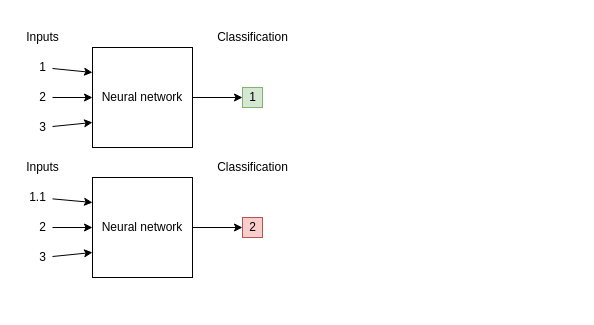
Before: Untitled Diagram.drawio in DaveHudiny/DaveHudiny, a draw.io diagram. Source tidied: cells renumbered, new cells numbered last; positions are measured from the earlier drawing's top-left corner, leaving out a move shared by most shapes. Both pictures are drawn from the tidied source at 100%, with x=0, y=0 at pixel (17, 27).
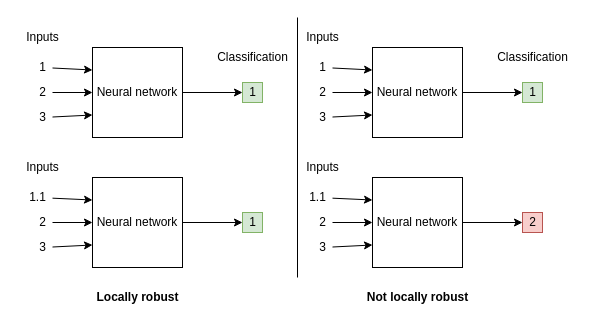
Above is the later version.

Change to the diagram source:
```diff
@@
     <mxCell id="3" value="Neural network" style="whiteSpace=wrap;html=1;" parent="1" vertex="1">
-      <mxGeometry x="75" y="20" width="100" height="100" as="geometry" />
+      <mxGeometry x="75" y="20" width="90" height="90" as="geometry" />
     </mxCell>
@@
     <mxCell id="8" value="2" style="text;html=1;align=center;verticalAlign=middle;points=[];strokeColor=none;fillColor=none;" parent="1" vertex="1">
-      <mxGeometry x="15" y="60" width="20" height="20" as="geometry" />
+      <mxGeometry x="15" y="55" width="20" height="20" as="geometry" />
     </mxCell>
     <mxCell id="9" value="3" style="text;html=1;align=center;verticalAlign=middle;points=[];strokeColor=none;fillColor=none;" parent="1" vertex="1">
-      <mxGeometry x="15" y="90" width="20" height="20" as="geometry" />
+      <mxGeometry x="15" y="80" width="20" height="20" as="geometry" />
     </mxCell>
@@
     <mxCell id="11" value="Classification" style="text;html=1;align=center;verticalAlign=middle;strokeColor=none;fillColor=none;" parent="1" vertex="1">
-      <mxGeometry x="190" width="90" height="20" as="geometry" />
+      <mxGeometry x="190" y="20" width="90" height="20" as="geometry" />
     </mxCell>
     <mxCell id="12" value="1" style="text;html=1;align=center;verticalAlign=middle;points=[];strokeColor=#82b366;fillColor=#d5e8d4;" parent="1" vertex="1">
-      <mxGeometry x="225" y="60" width="20" height="20" as="geometry" />
+      <mxGeometry x="225" y="55" width="20" height="20" as="geometry" />
     </mxCell>
@@
     <mxCell id="14" value="Neural network" style="whiteSpace=wrap;html=1;" parent="1" vertex="1">
-      <mxGeometry x="75" y="150" width="100" height="100" as="geometry" />
+      <mxGeometry x="75" y="150" width="90" height="90" as="geometry" />
     </mxCell>
@@
     <mxCell id="19" value="2" style="text;html=1;align=center;verticalAlign=middle;points=[];strokeColor=none;fillColor=none;" parent="1" vertex="1">
-      <mxGeometry x="15" y="190" width="20" height="20" as="geometry" />
+      <mxGeometry x="15" y="185" width="20" height="20" as="geometry" />
     </mxCell>
     <mxCell id="20" value="3" style="text;html=1;align=center;verticalAlign=middle;points=[];strokeColor=none;fillColor=none;" parent="1" vertex="1">
-      <mxGeometry x="15" y="220" width="20" height="20" as="geometry" />
+      <mxGeometry x="15" y="210" width="20" height="20" as="geometry" />
     </mxCell>
@@
+    <mxCell id="23" value="1" style="text;html=1;align=center;verticalAlign=middle;points=[];strokeColor=#82b366;fillColor=#d5e8d4;" parent="1" vertex="1">
+      <mxGeometry x="225" y="185" width="20" height="20" as="geometry" />
+    </mxCell>
+    <mxCell id="24" style="edgeStyle=orthogonalEdgeStyle;rounded=0;jettySize=auto;html=1;" parent="1" edge="1" source="25" target="33">
+      <mxGeometry relative="1" as="geometry" />
+    </mxCell>
+    <mxCell id="25" value="Neural network" style="whiteSpace=wrap;html=1;" parent="1" vertex="1">
+      <mxGeometry x="355" y="20" width="90" height="90" as="geometry" />
+    </mxCell>
+    <mxCell id="26" style="endArrow=classic;html=1;rounded=0;entryX=0;entryY=0.25;entryDx=0;entryDy=0;startArrow=none;startFill=0;endFill=1;" parent="1" edge="1" source="29" target="25">
+      <mxGeometry relative="1" as="geometry" />
+    </mxCell>
+    <mxCell id="27" style="endArrow=classic;html=1;rounded=0;entryX=0;entryY=0.5;entryDx=0;entryDy=0;endFill=1;" parent="1" edge="1" source="30" target="25">
+      <mxGeometry relative="1" as="geometry" />
+    </mxCell>
+    <mxCell id="28" style="endArrow=classic;html=1;rounded=0;entryX=0;entryY=0.75;entryDx=0;entryDy=0;endFill=1;" parent="1" edge="1" source="31" target="25">
+      <mxGeometry relative="1" as="geometry" />
+    </mxCell>
+    <mxCell id="29" value="1" style="text;html=1;align=center;verticalAlign=middle;points=[];strokeColor=none;fillColor=none;" parent="1" vertex="1">
+      <mxGeometry x="295" y="30" width="20" height="20" as="geometry" />
+    </mxCell>
+    <mxCell id="30" value="2" style="text;html=1;align=center;verticalAlign=middle;points=[];strokeColor=none;fillColor=none;" parent="1" vertex="1">
+      <mxGeometry x="295" y="55" width="20" height="20" as="geometry" />
+    </mxCell>
+    <mxCell id="31" value="3" style="text;html=1;align=center;verticalAlign=middle;points=[];strokeColor=none;fillColor=none;" parent="1" vertex="1">
+      <mxGeometry x="295" y="80" width="20" height="20" as="geometry" />
+    </mxCell>
+    <mxCell id="32" value="Inputs" style="text;html=1;align=center;verticalAlign=middle;strokeColor=none;fillColor=none;" parent="1" vertex="1">
+      <mxGeometry x="280" width="50" height="20" as="geometry" />
+    </mxCell>
     <mxCell id="22" value="Classification" style="text;html=1;align=center;verticalAlign=middle;strokeColor=none;fillColor=none;" parent="1" vertex="1">
-      <mxGeometry x="190" y="130" width="90" height="20" as="geometry" />
+      <mxGeometry x="470" y="20" width="90" height="20" as="geometry" />
     </mxCell>
-    <mxCell id="23" value="2" style="text;html=1;align=center;verticalAlign=middle;points=[];strokeColor=#b85450;fillColor=#f8cecc;" parent="1" vertex="1">
-      <mxGeometry x="225" y="190" width="20" height="20" as="geometry" />
-    </mxCell>
+    <mxCell id="33" value="1" style="text;html=1;align=center;verticalAlign=middle;points=[];strokeColor=#82b366;fillColor=#d5e8d4;" parent="1" vertex="1">
+      <mxGeometry x="505" y="55" width="20" height="20" as="geometry" />
+    </mxCell>
+    <mxCell id="34" style="edgeStyle=orthogonalEdgeStyle;rounded=0;jettySize=auto;html=1;" parent="1" edge="1" source="35" target="43">
+      <mxGeometry relative="1" as="geometry" />
+    </mxCell>
+    <mxCell id="35" value="Neural network" style="whiteSpace=wrap;html=1;" parent="1" vertex="1">
+      <mxGeometry x="355" y="150" width="90" height="90" as="geometry" />
+    </mxCell>
+    <mxCell id="36" style="endArrow=classic;html=1;rounded=0;entryX=0;entryY=0.25;entryDx=0;entryDy=0;startArrow=none;startFill=0;endFill=1;" parent="1" edge="1" source="39" target="35">
+      <mxGeometry relative="1" as="geometry" />
+    </mxCell>
+    <mxCell id="37" style="endArrow=classic;html=1;rounded=0;entryX=0;entryY=0.5;entryDx=0;entryDy=0;endFill=1;" parent="1" edge="1" source="40" target="35">
+      <mxGeometry relative="1" as="geometry" />
+    </mxCell>
+    <mxCell id="38" style="endArrow=classic;html=1;rounded=0;entryX=0;entryY=0.75;entryDx=0;entryDy=0;endFill=1;" parent="1" edge="1" source="41" target="35">
+      <mxGeometry relative="1" as="geometry" />
+    </mxCell>
+    <mxCell id="39" value="1.1" style="text;html=1;align=center;verticalAlign=middle;points=[];strokeColor=none;fillColor=none;" parent="1" vertex="1">
+      <mxGeometry x="285" y="160" width="30" height="20" as="geometry" />
+    </mxCell>
+    <mxCell id="40" value="2" style="text;html=1;align=center;verticalAlign=middle;points=[];strokeColor=none;fillColor=none;" parent="1" vertex="1">
+      <mxGeometry x="295" y="185" width="20" height="20" as="geometry" />
+    </mxCell>
+    <mxCell id="41" value="3" style="text;html=1;align=center;verticalAlign=middle;points=[];strokeColor=none;fillColor=none;" parent="1" vertex="1">
+      <mxGeometry x="295" y="210" width="20" height="20" as="geometry" />
+    </mxCell>
+    <mxCell id="42" value="Inputs" style="text;html=1;align=center;verticalAlign=middle;strokeColor=none;fillColor=none;" parent="1" vertex="1">
+      <mxGeometry x="280" y="130" width="50" height="20" as="geometry" />
+    </mxCell>
+    <mxCell id="43" value="2" style="text;html=1;align=center;verticalAlign=middle;points=[];strokeColor=#b85450;fillColor=#f8cecc;" parent="1" vertex="1">
+      <mxGeometry x="505" y="185" width="20" height="20" as="geometry" />
+    </mxCell>
+    <mxCell id="44" style="endArrow=none;html=1;rounded=0;" parent="1" edge="1">
+      <mxGeometry relative="1" as="geometry">
+        <mxPoint x="280" y="250" as="sourcePoint" />
+        <mxPoint x="280" y="-10" as="targetPoint" />
+      </mxGeometry>
+    </mxCell>
+    <mxCell id="45" value="Locally robust" style="text;html=1;align=center;verticalAlign=middle;strokeColor=none;fillColor=none;fontStyle=1;" parent="1" vertex="1">
+      <mxGeometry x="70" y="260" width="100" height="20" as="geometry" />
+    </mxCell>
+    <mxCell id="46" value="Not locally robust" style="text;html=1;align=center;verticalAlign=middle;strokeColor=none;fillColor=none;fontStyle=1;" parent="1" vertex="1">
+      <mxGeometry x="340" y="260" width="120" height="20" as="geometry" />
+    </mxCell>
```
